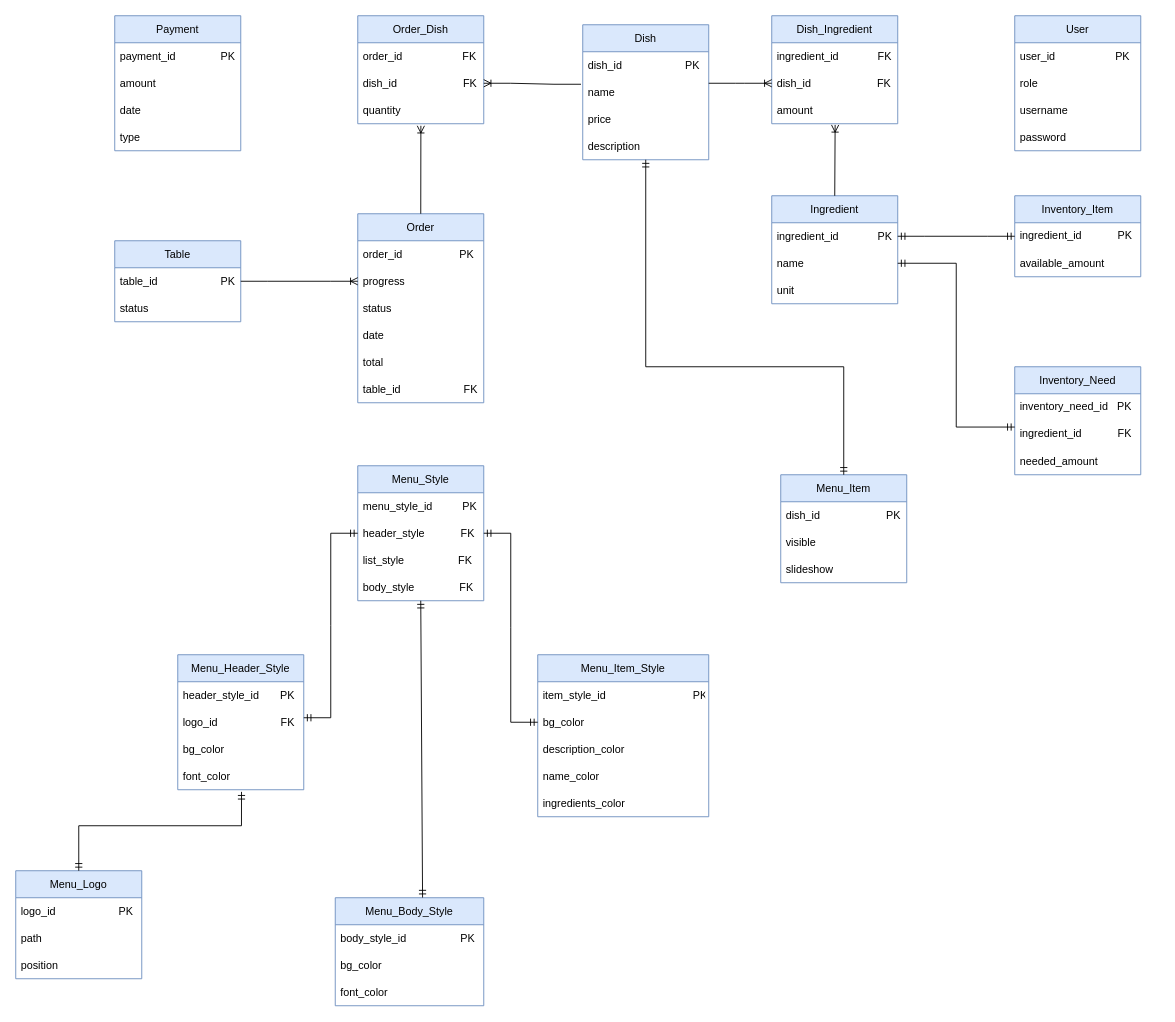
Earlier version of the draw.io diagram diagrams/ERD.drawio (jadhamwi31/quickq). Source tidied: cells renumbered, new cells numbered last; positions are measured from the earlier drawing's top-left corner, leaving out a move shared by most shapes. Both pictures are drawn from the tidied source at 90%, with x=0, y=0 at pixel (15, 15).
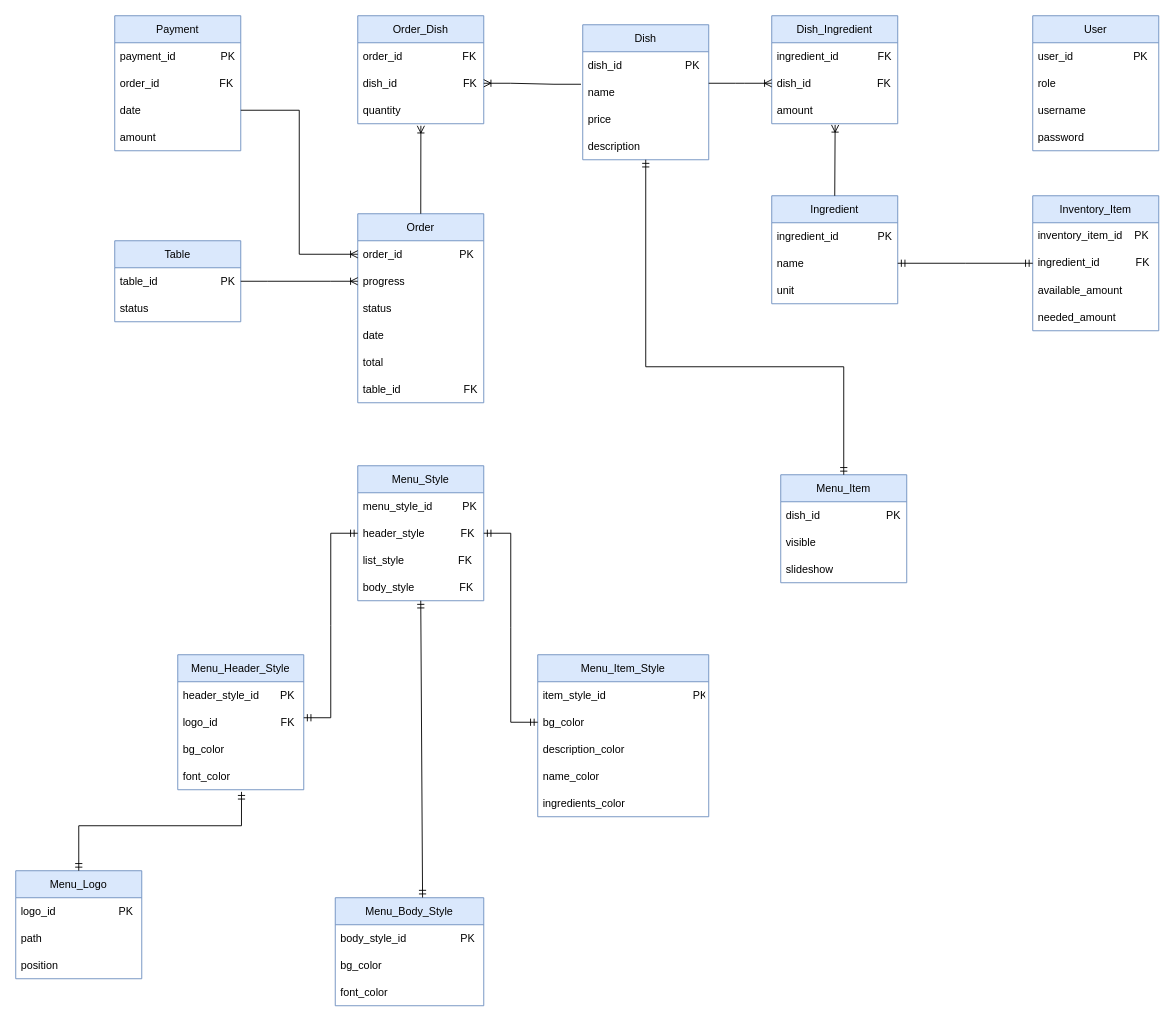
The same diagram, later.

The change refers to these unchanged cells:
```xml
<mxCell id="3" value="order_id                   PK" style="text;strokeColor=none;fillColor=none;align=left;verticalAlign=middle;spacingLeft=4;spacingRight=4;overflow=hidden;points=[[0,0.5],[1,0.5]];portConstraint=eastwest;" parent="2" vertex="1">
  <mxGeometry y="30" width="140" height="30" as="geometry" />
</mxCell>
<mxCell id="15" value="ingredient_id             PK" style="text;strokeColor=none;fillColor=none;align=left;verticalAlign=middle;spacingLeft=4;spacingRight=4;overflow=hidden;points=[[0,0.5],[1,0.5]];portConstraint=eastwest;" parent="14" vertex="1">
  <mxGeometry y="30" width="140" height="30" as="geometry" />
</mxCell>
<mxCell id="16" value="name" style="text;strokeColor=none;fillColor=none;align=left;verticalAlign=middle;spacingLeft=4;spacingRight=4;overflow=hidden;points=[[0,0.5],[1,0.5]];portConstraint=eastwest;" parent="14" vertex="1">
  <mxGeometry y="60" width="140" height="30" as="geometry" />
</mxCell>
<mxCell id="34" value="Payment" style="swimlane;fontStyle=0;horizontal=1;startSize=30;fillColor=#dae8fc;strokeColor=#6c8ebf;" parent="1" vertex="1">
  <mxGeometry x="110" width="140" height="150" as="geometry" />
</mxCell>
<mxCell id="37" value="date" style="text;strokeColor=none;fillColor=none;align=left;verticalAlign=middle;spacingLeft=4;spacingRight=4;overflow=hidden;points=[[0,0.5],[1,0.5]];portConstraint=eastwest;" parent="34" vertex="1">
  <mxGeometry y="90" width="140" height="30" as="geometry" />
</mxCell>
<mxCell id="55" value="ingredient_id            FK" style="text;strokeColor=none;fillColor=none;align=left;verticalAlign=middle;spacingLeft=4;spacingRight=4;overflow=hidden;points=[[0,0.5],[1,0.5]];portConstraint=eastwest;whiteSpace=wrap;" parent="53" vertex="1">
  <mxGeometry y="60" width="140" height="30" as="geometry" />
</mxCell>
```

The edit, as a diff of the source:
```diff
@@
-    <mxCell id="36" value="amount" style="text;strokeColor=none;fillColor=none;align=left;verticalAlign=middle;spacingLeft=4;spacingRight=4;overflow=hidden;" parent="34" vertex="1">
+    <mxCell id="36" value="order_id                    FK" style="text;strokeColor=none;fillColor=none;align=left;verticalAlign=middle;spacingLeft=4;spacingRight=4;overflow=hidden;" parent="34" vertex="1">
       <mxGeometry y="60" width="140" height="30" as="geometry" />
     </mxCell>
@@
-    <mxCell id="38" value="type" style="text;strokeColor=none;fillColor=none;align=left;verticalAlign=middle;spacingLeft=4;spacingRight=4;overflow=hidden;" parent="34" vertex="1">
+    <mxCell id="38" value="amount" style="text;strokeColor=none;fillColor=none;align=left;verticalAlign=middle;spacingLeft=4;spacingRight=4;overflow=hidden;" parent="34" vertex="1">
       <mxGeometry y="120" width="140" height="30" as="geometry" />
     </mxCell>
@@
-    <mxCell id="49" value="Inventory_Item" style="swimlane;fontStyle=0;horizontal=1;startSize=30;fillColor=#dae8fc;strokeColor=#6c8ebf;" parent="1" vertex="1">
-      <mxGeometry x="1110" y="200" width="140" height="90" as="geometry" />
-    </mxCell>
-    <mxCell id="50" value="ingredient_id            PK" style="text;strokeColor=none;fillColor=none;align=left;verticalAlign=middle;spacingLeft=4;spacingRight=4;overflow=hidden;whiteSpace=wrap;" parent="49" vertex="1">
-      <mxGeometry y="30" width="140" height="30" as="geometry" />
-    </mxCell>
-    <mxCell id="51" value="available_amount" style="text;strokeColor=none;fillColor=none;align=left;verticalAlign=middle;spacingLeft=4;spacingRight=4;overflow=hidden;" parent="49" vertex="1">
-      <mxGeometry y="60" width="140" height="30" as="geometry" />
-    </mxCell>
-    <mxCell id="52" style="edgeStyle=entityRelationEdgeStyle;fontSize=12;html=1;endArrow=ERmandOne;startArrow=ERmandOne;rounded=0;elbow=vertical;exitX=1;exitY=0.5;exitDx=0;exitDy=0;entryX=0;entryY=0.5;entryDx=0;entryDy=0;" parent="1" edge="1" source="15">
-      <mxGeometry relative="1" as="geometry">
-        <mxPoint x="1110" y="245" as="targetPoint" />
-      </mxGeometry>
-    </mxCell>
-    <mxCell id="53" value="Inventory_Need" style="swimlane;fontStyle=0;horizontal=1;startSize=30;fillColor=#dae8fc;strokeColor=#6c8ebf;" parent="1" vertex="1">
-      <mxGeometry x="1110" y="390" width="140" height="120" as="geometry" />
+    <mxCell id="53" value="Inventory_Item" style="swimlane;fontStyle=0;horizontal=1;startSize=30;fillColor=#dae8fc;strokeColor=#6c8ebf;" parent="1" vertex="1">
+      <mxGeometry x="1130" y="200" width="140" height="150" as="geometry" />
     </mxCell>
-    <mxCell id="54" value="inventory_need_id   PK" style="text;strokeColor=none;fillColor=none;align=left;verticalAlign=middle;spacingLeft=4;spacingRight=4;overflow=hidden;whiteSpace=wrap;" parent="53" vertex="1">
+    <mxCell id="54" value="inventory_item_id    PK" style="text;strokeColor=none;fillColor=none;align=left;verticalAlign=middle;spacingLeft=4;spacingRight=4;overflow=hidden;whiteSpace=wrap;" parent="53" vertex="1">
       <mxGeometry y="30" width="140" height="30" as="geometry" />
     </mxCell>
@@
+    <mxCell id="51" value="available_amount" style="text;strokeColor=none;fillColor=none;align=left;verticalAlign=middle;spacingLeft=4;spacingRight=4;overflow=hidden;" parent="53" vertex="1">
+      <mxGeometry y="90" width="140" height="30" as="geometry" />
+    </mxCell>
     <mxCell id="56" value="needed_amount" style="text;strokeColor=none;fillColor=none;align=left;verticalAlign=middle;spacingLeft=4;spacingRight=4;overflow=hidden;" parent="53" vertex="1">
-      <mxGeometry y="90" width="140" height="30" as="geometry" />
+      <mxGeometry y="120" width="140" height="30" as="geometry" />
     </mxCell>
-    <mxCell id="57" style="edgeStyle=elbowEdgeStyle;fontSize=12;html=1;endArrow=ERmandOne;startArrow=ERmandOne;rounded=0;exitX=1;exitY=0.5;exitDx=0;exitDy=0;" parent="1" edge="1" source="16">
-      <mxGeometry relative="1" as="geometry">
-        <mxPoint x="1110" y="457" as="targetPoint" />
-      </mxGeometry>
+    <mxCell id="57" style="edgeStyle=elbowEdgeStyle;fontSize=12;html=1;endArrow=ERmandOne;startArrow=ERmandOne;rounded=0;exitX=1;exitY=0.5;exitDx=0;exitDy=0;entryX=0;entryY=0.5;entryDx=0;entryDy=0;" parent="1" edge="1" source="16" target="55">
+      <mxGeometry relative="1" as="geometry" />
     </mxCell>
@@
     <mxCell id="81" value="User" style="swimlane;fontStyle=0;horizontal=1;startSize=30;fillColor=#dae8fc;strokeColor=#6c8ebf;" parent="1" vertex="1">
-      <mxGeometry x="1110" width="140" height="150" as="geometry" />
+      <mxGeometry x="1130" width="140" height="150" as="geometry" />
     </mxCell>
@@
+    <mxCell id="86" style="edgeStyle=elbowEdgeStyle;fontSize=12;html=1;endArrow=ERoneToMany;rounded=0;exitX=1;exitY=0.5;exitDx=0;exitDy=0;entryX=0;entryY=0.5;entryDx=0;entryDy=0;" parent="1" edge="1" source="37" target="3">
+      <mxGeometry relative="1" as="geometry" />
+    </mxCell>
```
